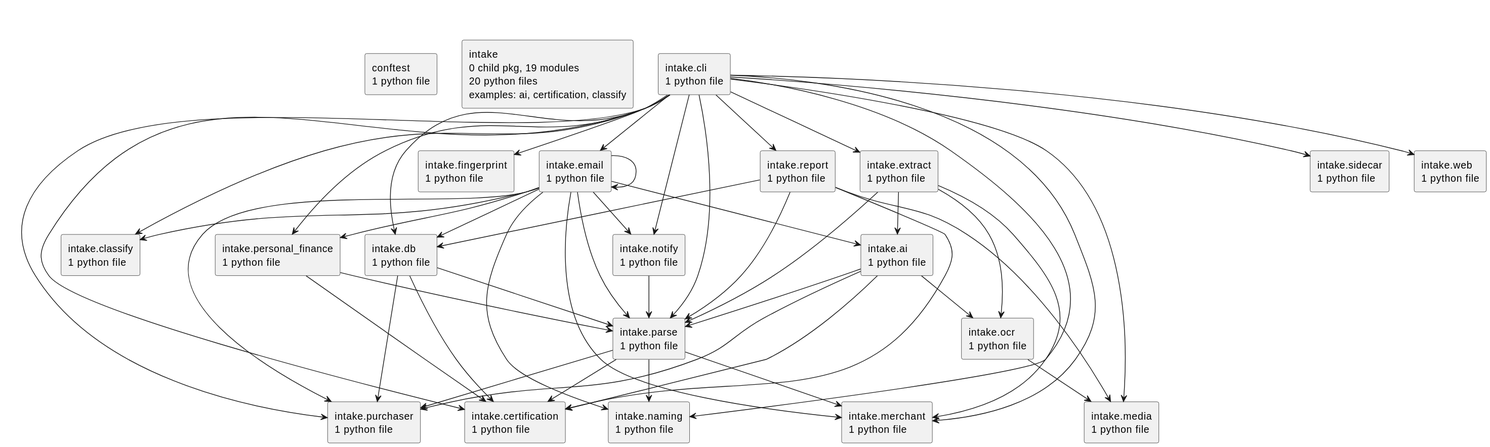
The PlantUML diagram docs/diagrams/python-packages.puml.svg in casonk/intake, before a commit.
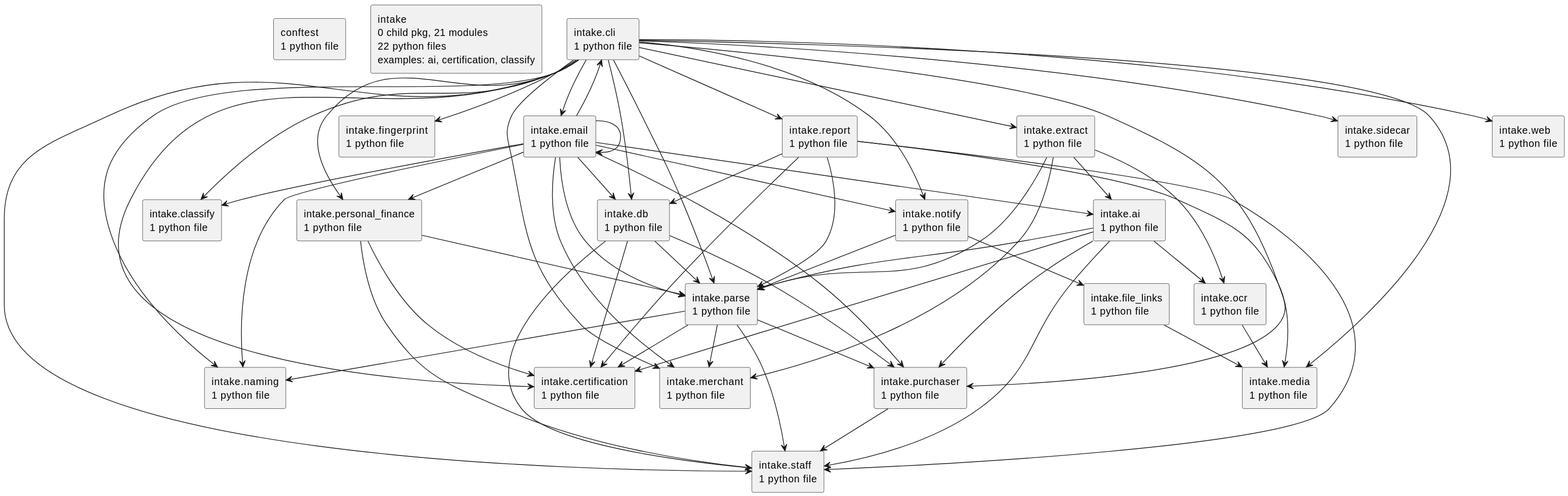
Later version of the same file.

What changed in the source:
```diff
@@ -3,7 +3,7 @@
 top to bottom direction
 skinparam componentStyle rectangle
 rectangle "conftest\n1 python file" as conftest
-rectangle "intake\n0 child pkg, 19 modules\n20 python files\nexamples: ai, certification, classify" as intake
+rectangle "intake\n0 child pkg, 21 modules\n22 python files\nexamples: ai, certification, classify" as intake
 rectangle "intake.ai\n1 python file" as intake.ai
 rectangle "intake.certification\n1 python file" as intake.certification
 rectangle "intake.classify\n1 python file" as intake.classify
@@ -11,6 +11,7 @@
 rectangle "intake.db\n1 python file" as intake.db
 rectangle "intake.email\n1 python file" as intake.email
 rectangle "intake.extract\n1 python file" as intake.extract
+rectangle "intake.file_links\n1 python file" as intake.file_links
 rectangle "intake.fingerprint\n1 python file" as intake.fingerprint
 rectangle "intake.media\n1 python file" as intake.media
 rectangle "intake.merchant\n1 python file" as intake.merchant
@@ -22,11 +23,13 @@
 rectangle "intake.purchaser\n1 python file" as intake.purchaser
 rectangle "intake.report\n1 python file" as intake.report
 rectangle "intake.sidecar\n1 python file" as intake.sidecar
+rectangle "intake.staff\n1 python file" as intake.staff
 rectangle "intake.web\n1 python file" as intake.web
 intake.ai --> intake.certification
 intake.ai --> intake.ocr
 intake.ai --> intake.parse
 intake.ai --> intake.purchaser
+intake.ai --> intake.staff
 intake.cli --> intake.certification
 intake.cli --> intake.classify
 intake.cli --> intake.db
@@ -42,12 +45,15 @@
 intake.cli --> intake.purchaser
 intake.cli --> intake.report
 intake.cli --> intake.sidecar
+intake.cli --> intake.staff
 intake.cli --> intake.web
 intake.db --> intake.certification
 intake.db --> intake.parse
 intake.db --> intake.purchaser
+intake.db --> intake.staff
 intake.email --> intake.ai
 intake.email --> intake.classify
+intake.email --> intake.cli
 intake.email --> intake.db
 intake.email --> intake.email
 intake.email --> intake.merchant
@@ -60,16 +66,22 @@
 intake.extract --> intake.merchant
 intake.extract --> intake.ocr
 intake.extract --> intake.parse
+intake.file_links --> intake.media
+intake.notify --> intake.file_links
 intake.notify --> intake.parse
 intake.ocr --> intake.media
 intake.parse --> intake.certification
 intake.parse --> intake.merchant
 intake.parse --> intake.naming
 intake.parse --> intake.purchaser
+intake.parse --> intake.staff
 intake.personal_finance --> intake.certification
 intake.personal_finance --> intake.parse
+intake.personal_finance --> intake.staff
+intake.purchaser --> intake.staff
 intake.report --> intake.certification
 intake.report --> intake.db
 intake.report --> intake.media
 intake.report --> intake.parse
+intake.report --> intake.staff
 @enduml
```
